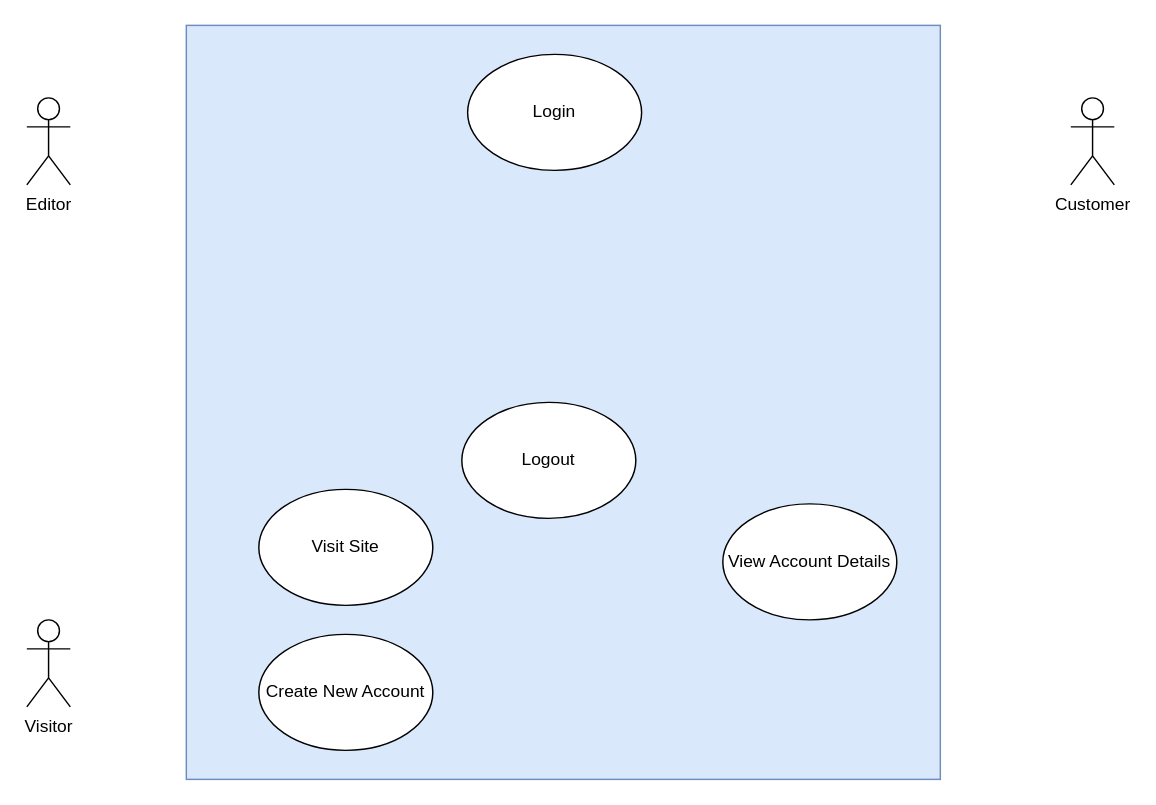
Before: File/Use Case.drawio in SewYongQi/Intern, a draw.io diagram. Source tidied: cells renumbered, new cells numbered last; positions are measured from the earlier drawing's top-left corner, leaving out a move shared by most shapes. Both pictures are drawn from the tidied source at 145%, with x=0, y=0 at pixel (26, 25).
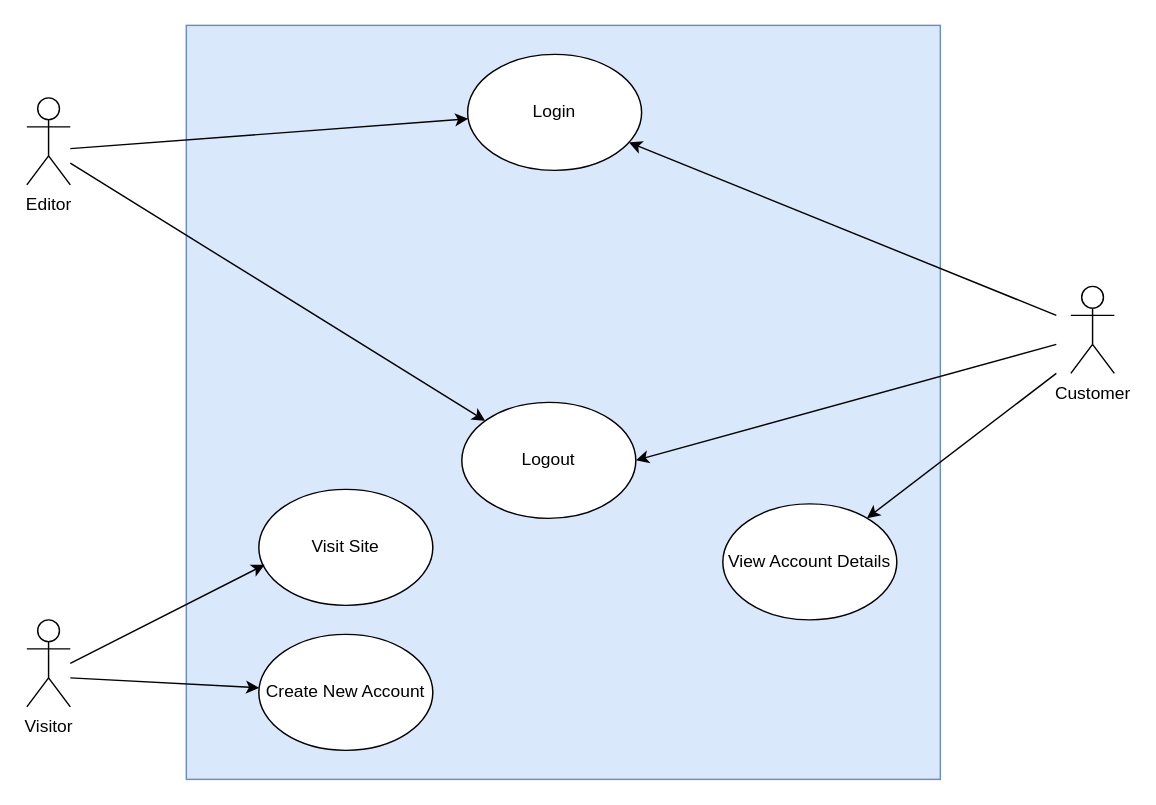
The same page after the edit.

Unchanged cells that the change refers to:
```xml
<mxCell id="6" value="Login" style="ellipse;whiteSpace=wrap;html=1;" parent="1" vertex="1">
  <mxGeometry x="304" y="20" width="120" height="80" as="geometry" />
</mxCell>
<mxCell id="7" value="Logout" style="ellipse;whiteSpace=wrap;html=1;" parent="1" vertex="1">
  <mxGeometry x="300" y="260" width="120" height="80" as="geometry" />
</mxCell>
<mxCell id="8" value="View Account Details" style="ellipse;whiteSpace=wrap;html=1;" parent="1" vertex="1">
  <mxGeometry x="480" y="330" width="120" height="80" as="geometry" />
</mxCell>
<mxCell id="9" value="Visit Site" style="ellipse;whiteSpace=wrap;html=1;" parent="1" vertex="1">
  <mxGeometry x="160" y="320" width="120" height="80" as="geometry" />
</mxCell>
<mxCell id="10" value="Create New Account" style="ellipse;whiteSpace=wrap;html=1;" parent="1" vertex="1">
  <mxGeometry x="160" y="420" width="120" height="80" as="geometry" />
</mxCell>
```

Diff of the diagram source:
```diff
@@
     <mxCell id="4" value="Customer" style="shape=umlActor;verticalLabelPosition=bottom;verticalAlign=top;html=1;" parent="1" vertex="1">
-      <mxGeometry x="720" y="50" width="30" height="60" as="geometry" />
+      <mxGeometry x="720" y="180" width="30" height="60" as="geometry" />
     </mxCell>
@@
+    <mxCell id="11" style="endArrow=classic;html=1;rounded=0;" parent="1" edge="1" target="6">
+      <mxGeometry relative="1" as="geometry">
+        <mxPoint x="30" y="85" as="sourcePoint" />
+      </mxGeometry>
+    </mxCell>
+    <mxCell id="12" style="endArrow=classic;html=1;rounded=0;" parent="1" edge="1" target="6">
+      <mxGeometry relative="1" as="geometry">
+        <mxPoint x="710" y="200" as="sourcePoint" />
+      </mxGeometry>
+    </mxCell>
+    <mxCell id="13" style="endArrow=classic;html=1;rounded=0;entryX=1;entryY=0.5;entryDx=0;entryDy=0;" parent="1" edge="1" target="7">
+      <mxGeometry relative="1" as="geometry">
+        <mxPoint x="710" y="220" as="sourcePoint" />
+      </mxGeometry>
+    </mxCell>
+    <mxCell id="14" style="endArrow=classic;html=1;rounded=0;" parent="1" edge="1" target="7">
+      <mxGeometry relative="1" as="geometry">
+        <mxPoint x="30" y="95" as="sourcePoint" />
+      </mxGeometry>
+    </mxCell>
+    <mxCell id="15" style="endArrow=classic;html=1;rounded=0;" parent="1" edge="1" target="8">
+      <mxGeometry relative="1" as="geometry">
+        <mxPoint x="710" y="240" as="sourcePoint" />
+      </mxGeometry>
+    </mxCell>
+    <mxCell id="16" style="endArrow=classic;html=1;rounded=0;entryX=0.033;entryY=0.65;entryDx=0;entryDy=0;entryPerimeter=0;" parent="1" edge="1" target="9">
+      <mxGeometry relative="1" as="geometry">
+        <mxPoint x="30" y="440" as="sourcePoint" />
+      </mxGeometry>
+    </mxCell>
+    <mxCell id="17" style="endArrow=classic;html=1;rounded=0;" parent="1" edge="1" target="10">
+      <mxGeometry relative="1" as="geometry">
+        <mxPoint x="30" y="450" as="sourcePoint" />
+      </mxGeometry>
+    </mxCell>
```
